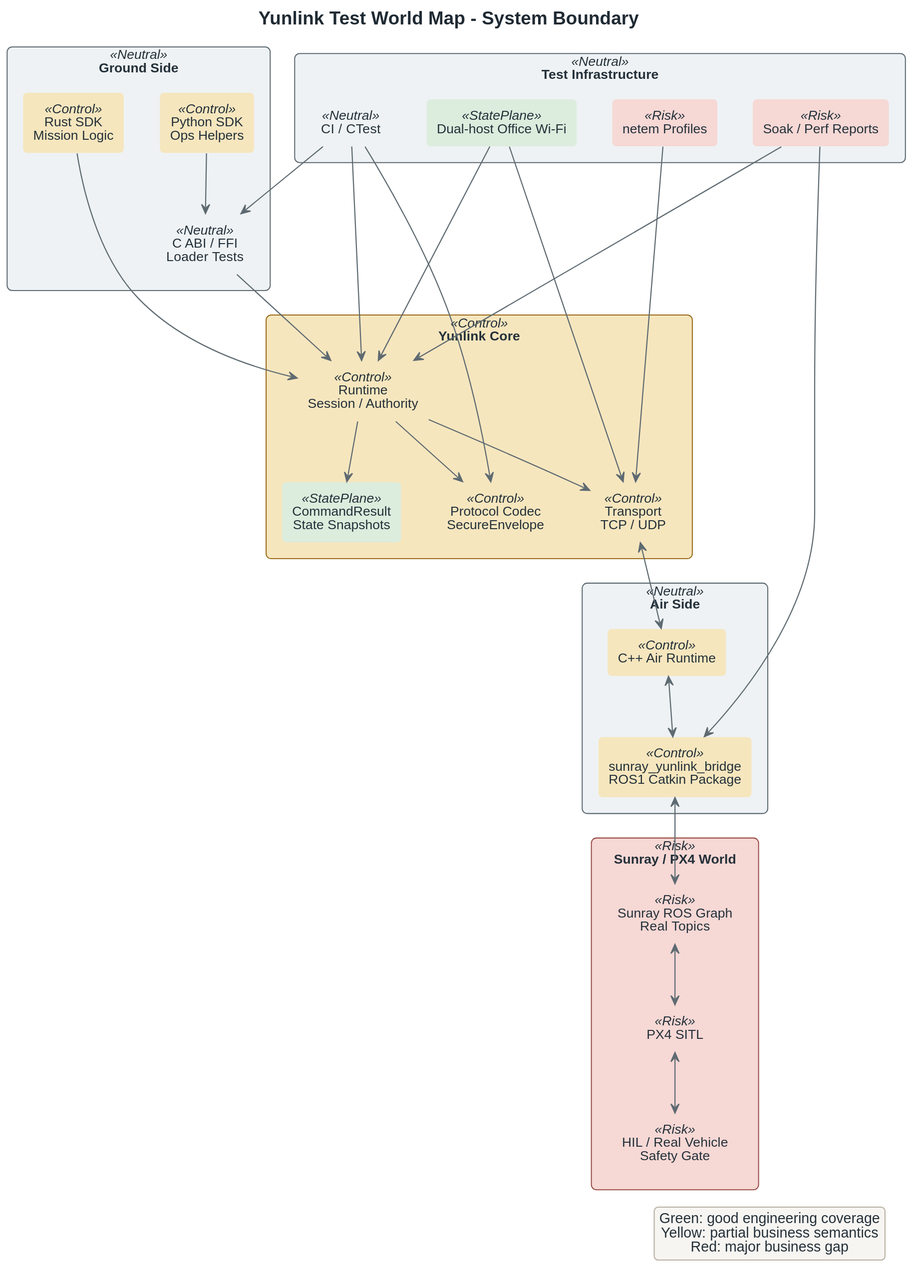
The PlantUML diagram docs/diagrams/plantuml/svg/test_world_map_system.svg in YunDrone-Team/yunlink, before a commit.
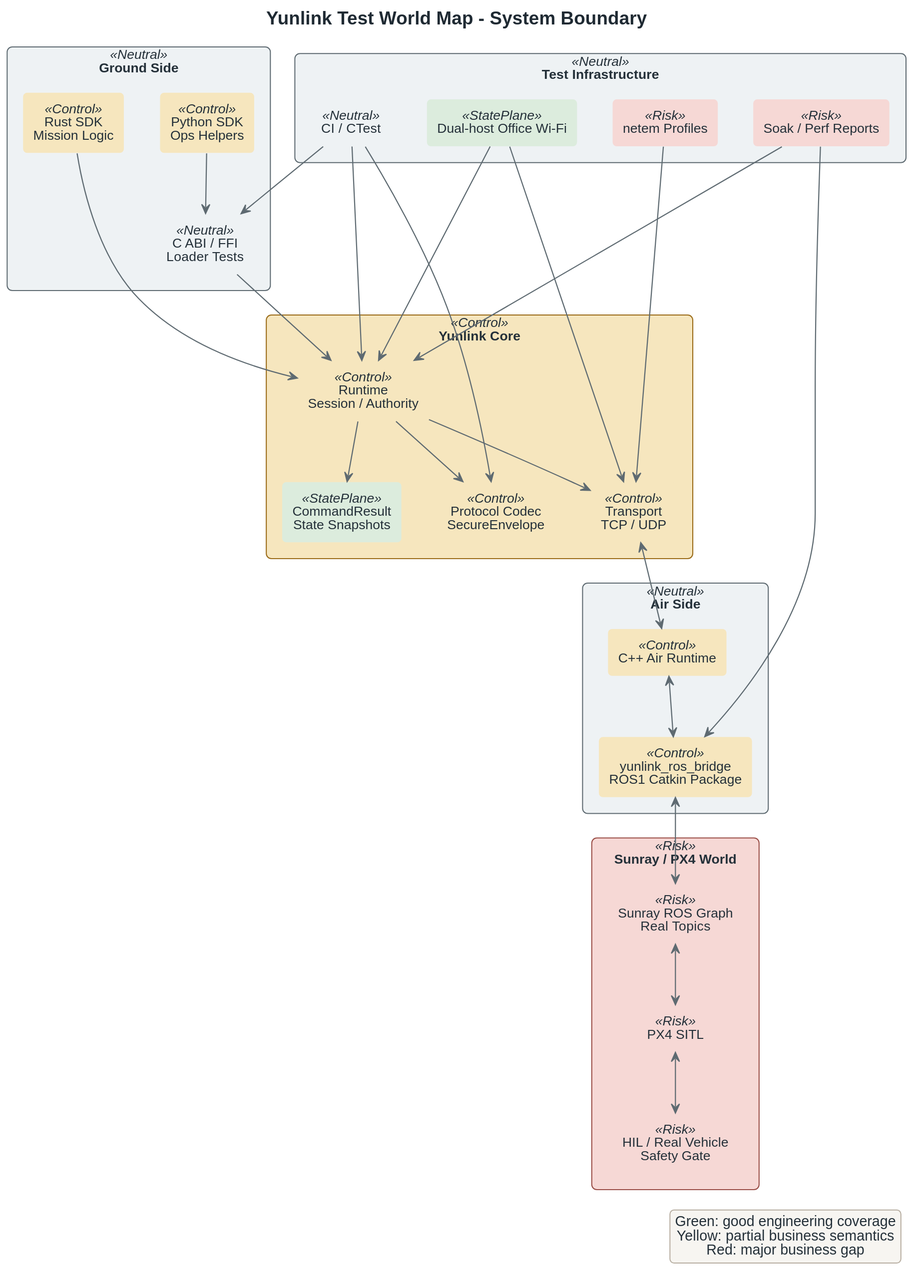
After the change.

Change to the diagram source:
```diff
@@ -18,7 +18,7 @@
 
 rectangle "Air Side" <<Neutral>> {
   component "C++ Air Runtime" as CxxAir <<Control>>
-  component "sunray_yunlink_bridge\nROS1 Catkin Package" as Bridge <<Control>>
+  component "yunlink_ros_bridge\nROS1 Catkin Package" as Bridge <<Control>>
 }
 
 rectangle "Sunray / PX4 World" <<Risk>> {
```
